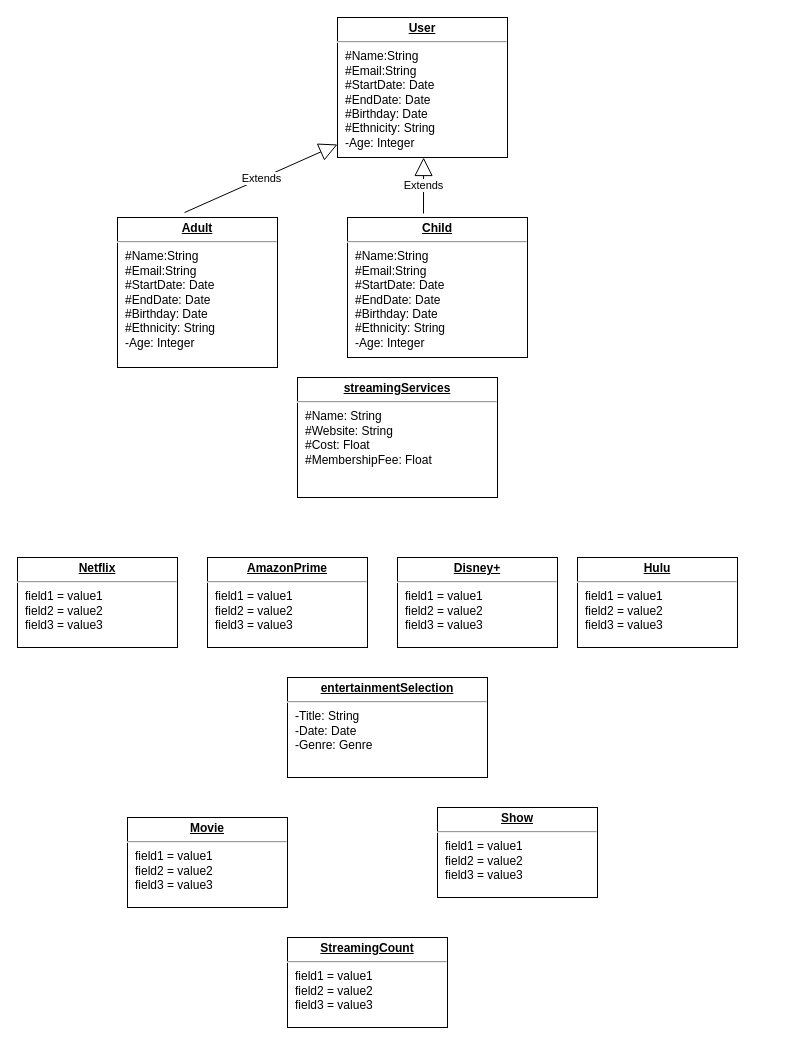
Above: img/Untitled Diagram.drawio in Laurie415/moki (draw.io), before the change. Source tidied: cells renumbered, new cells numbered last; positions are measured from the earlier drawing's top-left corner, leaving out a move shared by most shapes. Both pictures are drawn from the tidied source at 100%, with x=0, y=0 at pixel (17, 17).
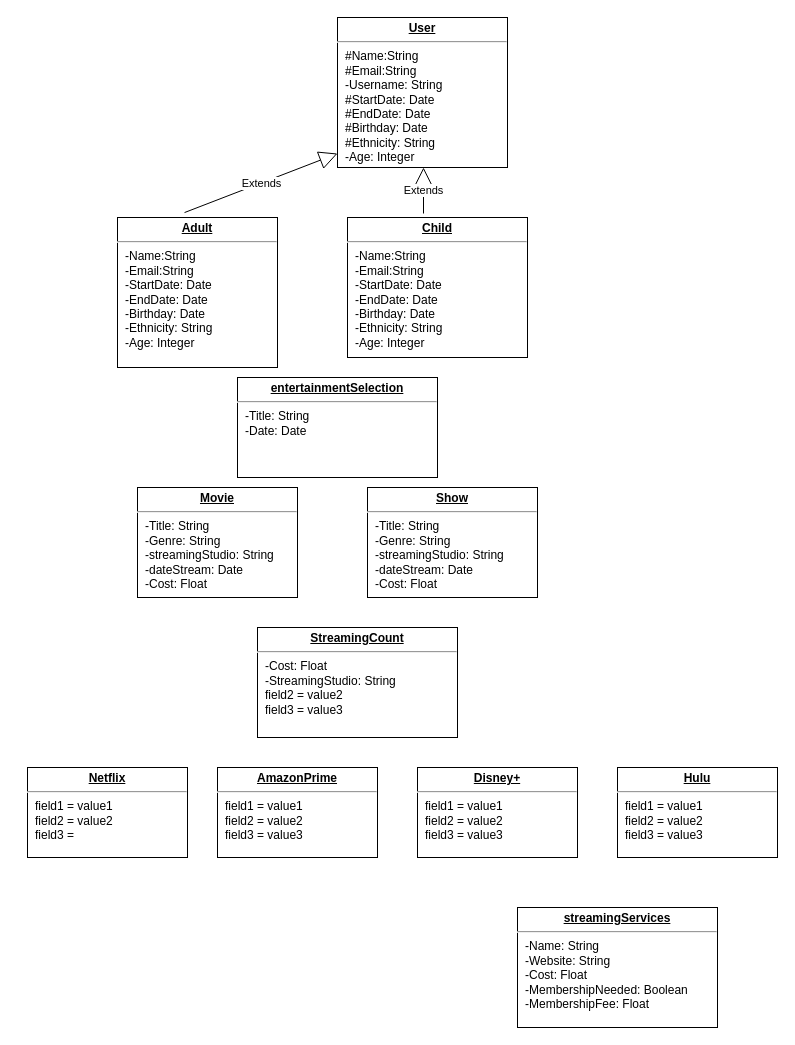
The same diagram, later.

What changed in the source:
```diff
@@
 <mxGraphModel>
   <root>
     <mxCell id="0" />
     <mxCell id="1" parent="0" />
-    <mxCell id="2" value="&lt;p style=&quot;margin: 0px ; margin-top: 4px ; text-align: center ; text-decoration: underline&quot;&gt;&lt;b&gt;User&lt;/b&gt;&lt;/p&gt;&lt;hr&gt;&lt;p style=&quot;margin: 0px ; margin-left: 8px&quot;&gt;#Name:String&lt;br&gt;#Email:String&lt;br&gt;#StartDate: Date&lt;/p&gt;&lt;p style=&quot;margin: 0px ; margin-left: 8px&quot;&gt;#EndDate: Date&lt;/p&gt;&lt;p style=&quot;margin: 0px ; margin-left: 8px&quot;&gt;#Birthday: Date&lt;/p&gt;&lt;p style=&quot;margin: 0px ; margin-left: 8px&quot;&gt;#Ethnicity: String&lt;/p&gt;&lt;p style=&quot;margin: 0px ; margin-left: 8px&quot;&gt;-Age: Integer&lt;/p&gt;" style="verticalAlign=top;align=left;overflow=fill;fontSize=12;fontFamily=Helvetica;html=1;" parent="1" vertex="1">
-      <mxGeometry x="320" width="170" height="140" as="geometry" />
+    <mxCell id="2" value="&lt;p style=&quot;margin: 0px ; margin-top: 4px ; text-align: center ; text-decoration: underline&quot;&gt;&lt;b&gt;User&lt;/b&gt;&lt;/p&gt;&lt;hr&gt;&lt;p style=&quot;margin: 0px ; margin-left: 8px&quot;&gt;#Name:String&lt;br&gt;#Email:String&lt;/p&gt;&lt;p style=&quot;margin: 0px ; margin-left: 8px&quot;&gt;-Username: String&lt;br&gt;#StartDate: Date&lt;/p&gt;&lt;p style=&quot;margin: 0px ; margin-left: 8px&quot;&gt;#EndDate: Date&lt;/p&gt;&lt;p style=&quot;margin: 0px ; margin-left: 8px&quot;&gt;#Birthday: Date&lt;/p&gt;&lt;p style=&quot;margin: 0px ; margin-left: 8px&quot;&gt;#Ethnicity: String&lt;/p&gt;&lt;p style=&quot;margin: 0px ; margin-left: 8px&quot;&gt;-Age: Integer&lt;/p&gt;" style="verticalAlign=top;align=left;overflow=fill;fontSize=12;fontFamily=Helvetica;html=1;" parent="1" vertex="1">
+      <mxGeometry x="320" width="170" height="150" as="geometry" />
     </mxCell>
-    <mxCell id="3" value="&lt;p style=&quot;margin: 0px ; margin-top: 4px ; text-align: center ; text-decoration: underline&quot;&gt;&lt;b&gt;streamingServices&lt;/b&gt;&lt;/p&gt;&lt;hr&gt;&lt;p style=&quot;margin: 0px ; margin-left: 8px&quot;&gt;#Name: String&lt;br&gt;#Website: String&lt;br&gt;#Cost: Float&lt;/p&gt;&lt;p style=&quot;margin: 0px ; margin-left: 8px&quot;&gt;#MembershipFee: Float&lt;/p&gt;&lt;p style=&quot;margin: 0px ; margin-left: 8px&quot;&gt;&lt;br&gt;&lt;/p&gt;" style="verticalAlign=top;align=left;overflow=fill;fontSize=12;fontFamily=Helvetica;html=1;" parent="1" vertex="1">
-      <mxGeometry x="280" y="360" width="200" height="120" as="geometry" />
+    <mxCell id="3" value="&lt;p style=&quot;margin: 0px ; margin-top: 4px ; text-align: center ; text-decoration: underline&quot;&gt;&lt;b&gt;streamingServices&lt;/b&gt;&lt;/p&gt;&lt;hr&gt;&lt;p style=&quot;margin: 0px ; margin-left: 8px&quot;&gt;-Name: String&lt;br&gt;-Website: String&lt;br&gt;-Cost: Float&lt;/p&gt;&lt;p style=&quot;margin: 0px ; margin-left: 8px&quot;&gt;-MembershipNeeded: Boolean&lt;/p&gt;&lt;p style=&quot;margin: 0px ; margin-left: 8px&quot;&gt;-MembershipFee: Float&lt;/p&gt;&lt;p style=&quot;margin: 0px ; margin-left: 8px&quot;&gt;&lt;br&gt;&lt;/p&gt;" style="verticalAlign=top;align=left;overflow=fill;fontSize=12;fontFamily=Helvetica;html=1;" parent="1" vertex="1">
+      <mxGeometry x="500" y="890" width="200" height="120" as="geometry" />
     </mxCell>
-    <mxCell id="4" value="&lt;p style=&quot;margin: 0px ; margin-top: 4px ; text-align: center ; text-decoration: underline&quot;&gt;&lt;b&gt;entertainmentSelection&lt;/b&gt;&lt;/p&gt;&lt;hr&gt;&lt;p style=&quot;margin: 0px ; margin-left: 8px&quot;&gt;-Title: String&lt;br&gt;-Date: Date&lt;br&gt;-Genre: Genre&lt;/p&gt;&lt;p style=&quot;margin: 0px ; margin-left: 8px&quot;&gt;&lt;br&gt;&lt;/p&gt;" style="verticalAlign=top;align=left;overflow=fill;fontSize=12;fontFamily=Helvetica;html=1;" parent="1" vertex="1">
-      <mxGeometry x="270" y="660" width="200" height="100" as="geometry" />
+    <mxCell id="4" value="&lt;p style=&quot;margin: 0px ; margin-top: 4px ; text-align: center ; text-decoration: underline&quot;&gt;&lt;b&gt;entertainmentSelection&lt;/b&gt;&lt;/p&gt;&lt;hr&gt;&lt;p style=&quot;margin: 0px ; margin-left: 8px&quot;&gt;-Title: String&lt;br&gt;-Date: Date&lt;br&gt;&lt;br&gt;&lt;/p&gt;&lt;p style=&quot;margin: 0px ; margin-left: 8px&quot;&gt;&lt;br&gt;&lt;/p&gt;" style="verticalAlign=top;align=left;overflow=fill;fontSize=12;fontFamily=Helvetica;html=1;" parent="1" vertex="1">
+      <mxGeometry x="220" y="360" width="200" height="100" as="geometry" />
     </mxCell>
-    <mxCell id="5" value="&lt;p style=&quot;margin: 0px ; margin-top: 4px ; text-align: center ; text-decoration: underline&quot;&gt;&lt;b&gt;Adult&lt;/b&gt;&lt;/p&gt;&lt;hr&gt;&lt;p style=&quot;margin: 0px 0px 0px 8px&quot;&gt;#Name:String&lt;br&gt;#Email:String&lt;br&gt;#StartDate: Date&lt;/p&gt;&lt;p style=&quot;margin: 0px 0px 0px 8px&quot;&gt;#EndDate: Date&lt;/p&gt;&lt;p style=&quot;margin: 0px 0px 0px 8px&quot;&gt;#Birthday: Date&lt;/p&gt;&lt;p style=&quot;margin: 0px 0px 0px 8px&quot;&gt;#Ethnicity: String&lt;/p&gt;&lt;p style=&quot;margin: 0px 0px 0px 8px&quot;&gt;-Age: Integer&lt;/p&gt;" style="verticalAlign=top;align=left;overflow=fill;fontSize=12;fontFamily=Helvetica;html=1;" parent="1" vertex="1">
+    <mxCell id="5" value="&lt;p style=&quot;margin: 0px ; margin-top: 4px ; text-align: center ; text-decoration: underline&quot;&gt;&lt;b&gt;Adult&lt;/b&gt;&lt;/p&gt;&lt;hr&gt;&lt;p style=&quot;margin: 0px 0px 0px 8px&quot;&gt;-Name:String&lt;br&gt;-Email:String&lt;br&gt;-StartDate: Date&lt;/p&gt;&lt;p style=&quot;margin: 0px 0px 0px 8px&quot;&gt;-EndDate: Date&lt;/p&gt;&lt;p style=&quot;margin: 0px 0px 0px 8px&quot;&gt;-Birthday: Date&lt;/p&gt;&lt;p style=&quot;margin: 0px 0px 0px 8px&quot;&gt;-Ethnicity: String&lt;/p&gt;&lt;p style=&quot;margin: 0px 0px 0px 8px&quot;&gt;-Age: Integer&lt;/p&gt;" style="verticalAlign=top;align=left;overflow=fill;fontSize=12;fontFamily=Helvetica;html=1;" parent="1" vertex="1">
       <mxGeometry x="100" y="200" width="160" height="150" as="geometry" />
     </mxCell>
-    <mxCell id="6" value="&lt;p style=&quot;margin: 0px ; margin-top: 4px ; text-align: center ; text-decoration: underline&quot;&gt;&lt;b&gt;Child&lt;/b&gt;&lt;/p&gt;&lt;hr&gt;&lt;p style=&quot;margin: 0px 0px 0px 8px&quot;&gt;#Name:String&lt;br&gt;#Email:String&lt;br&gt;#StartDate: Date&lt;/p&gt;&lt;p style=&quot;margin: 0px 0px 0px 8px&quot;&gt;#EndDate: Date&lt;/p&gt;&lt;p style=&quot;margin: 0px 0px 0px 8px&quot;&gt;#Birthday: Date&lt;/p&gt;&lt;p style=&quot;margin: 0px 0px 0px 8px&quot;&gt;#Ethnicity: String&lt;/p&gt;&lt;p style=&quot;margin: 0px 0px 0px 8px&quot;&gt;-Age: Integer&lt;/p&gt;" style="verticalAlign=top;align=left;overflow=fill;fontSize=12;fontFamily=Helvetica;html=1;" parent="1" vertex="1">
+    <mxCell id="6" value="&lt;p style=&quot;margin: 0px ; margin-top: 4px ; text-align: center ; text-decoration: underline&quot;&gt;&lt;b&gt;Child&lt;/b&gt;&lt;/p&gt;&lt;hr&gt;&lt;p style=&quot;margin: 0px 0px 0px 8px&quot;&gt;-Name:String&lt;br&gt;-Email:String&lt;br&gt;-StartDate: Date&lt;/p&gt;&lt;p style=&quot;margin: 0px 0px 0px 8px&quot;&gt;-EndDate: Date&lt;/p&gt;&lt;p style=&quot;margin: 0px 0px 0px 8px&quot;&gt;-Birthday: Date&lt;/p&gt;&lt;p style=&quot;margin: 0px 0px 0px 8px&quot;&gt;-Ethnicity: String&lt;/p&gt;&lt;p style=&quot;margin: 0px 0px 0px 8px&quot;&gt;-Age: Integer&lt;/p&gt;" style="verticalAlign=top;align=left;overflow=fill;fontSize=12;fontFamily=Helvetica;html=1;" parent="1" vertex="1">
       <mxGeometry x="330" y="200" width="180" height="140" as="geometry" />
     </mxCell>
-    <mxCell id="7" value="&lt;p style=&quot;margin: 0px ; margin-top: 4px ; text-align: center ; text-decoration: underline&quot;&gt;&lt;b&gt;Netflix&lt;/b&gt;&lt;/p&gt;&lt;hr&gt;&lt;p style=&quot;margin: 0px ; margin-left: 8px&quot;&gt;field1 = value1&lt;br&gt;field2 = value2&lt;br&gt;field3 = value3&lt;/p&gt;" style="verticalAlign=top;align=left;overflow=fill;fontSize=12;fontFamily=Helvetica;html=1;" parent="1" vertex="1">
-      <mxGeometry y="540" width="160" height="90" as="geometry" />
+    <mxCell id="7" value="&lt;p style=&quot;margin: 0px ; margin-top: 4px ; text-align: center ; text-decoration: underline&quot;&gt;&lt;b&gt;Netflix&lt;/b&gt;&lt;/p&gt;&lt;hr&gt;&lt;p style=&quot;margin: 0px ; margin-left: 8px&quot;&gt;field1 = value1&lt;br&gt;field2 = value2&lt;br&gt;field3 =&lt;/p&gt;" style="verticalAlign=top;align=left;overflow=fill;fontSize=12;fontFamily=Helvetica;html=1;" parent="1" vertex="1">
+      <mxGeometry x="10" y="750" width="160" height="90" as="geometry" />
     </mxCell>
     <mxCell id="8" value="&lt;p style=&quot;margin: 0px ; margin-top: 4px ; text-align: center ; text-decoration: underline&quot;&gt;&lt;b&gt;AmazonPrime&lt;/b&gt;&lt;/p&gt;&lt;hr&gt;&lt;p style=&quot;margin: 0px ; margin-left: 8px&quot;&gt;field1 = value1&lt;br&gt;field2 = value2&lt;br&gt;field3 = value3&lt;/p&gt;" style="verticalAlign=top;align=left;overflow=fill;fontSize=12;fontFamily=Helvetica;html=1;" parent="1" vertex="1">
-      <mxGeometry x="190" y="540" width="160" height="90" as="geometry" />
+      <mxGeometry x="200" y="750" width="160" height="90" as="geometry" />
     </mxCell>
     <mxCell id="9" value="&lt;p style=&quot;margin: 0px ; margin-top: 4px ; text-align: center ; text-decoration: underline&quot;&gt;&lt;b&gt;Disney+&lt;/b&gt;&lt;/p&gt;&lt;hr&gt;&lt;p style=&quot;margin: 0px ; margin-left: 8px&quot;&gt;field1 = value1&lt;br&gt;field2 = value2&lt;br&gt;field3 = value3&lt;/p&gt;" style="verticalAlign=top;align=left;overflow=fill;fontSize=12;fontFamily=Helvetica;html=1;" parent="1" vertex="1">
-      <mxGeometry x="380" y="540" width="160" height="90" as="geometry" />
+      <mxGeometry x="400" y="750" width="160" height="90" as="geometry" />
     </mxCell>
     <mxCell id="10" value="&lt;p style=&quot;margin: 0px ; margin-top: 4px ; text-align: center ; text-decoration: underline&quot;&gt;&lt;b&gt;Hulu&lt;/b&gt;&lt;/p&gt;&lt;hr&gt;&lt;p style=&quot;margin: 0px ; margin-left: 8px&quot;&gt;field1 = value1&lt;br&gt;field2 = value2&lt;br&gt;field3 = value3&lt;/p&gt;" style="verticalAlign=top;align=left;overflow=fill;fontSize=12;fontFamily=Helvetica;html=1;" parent="1" vertex="1">
-      <mxGeometry x="560" y="540" width="160" height="90" as="geometry" />
+      <mxGeometry x="600" y="750" width="160" height="90" as="geometry" />
     </mxCell>
     <mxCell id="11" value="Extends" style="endArrow=block;endSize=16;endFill=0;html=1;exitX=0.419;exitY=-0.033;exitDx=0;exitDy=0;exitPerimeter=0;entryX=0;entryY=0.907;entryDx=0;entryDy=0;entryPerimeter=0;" parent="1" edge="1" source="5" target="2">
       <mxGeometry relative="1" as="geometry" />
     </mxCell>
-    <mxCell id="12" value="Extends" style="endArrow=block;endSize=16;endFill=0;html=1;entryX=0.424;entryY=1;entryDx=0;entryDy=0;entryPerimeter=0;" parent="1" edge="1">
+    <mxCell id="12" value="Extends" style="endArrow=block;endSize=16;endFill=0;html=1;" parent="1" edge="1">
       <mxGeometry relative="1" as="geometry">
         <mxPoint x="406" y="196" as="sourcePoint" />
-        <mxPoint x="406.1" y="140" as="targetPoint" />
+        <mxPoint x="406" y="150" as="targetPoint" />
       </mxGeometry>
     </mxCell>
-    <mxCell id="13" value="&lt;p style=&quot;margin: 0px ; margin-top: 4px ; text-align: center ; text-decoration: underline&quot;&gt;&lt;b&gt;Movie&lt;/b&gt;&lt;/p&gt;&lt;hr&gt;&lt;p style=&quot;margin: 0px ; margin-left: 8px&quot;&gt;field1 = value1&lt;br&gt;field2 = value2&lt;br&gt;field3 = value3&lt;/p&gt;" style="verticalAlign=top;align=left;overflow=fill;fontSize=12;fontFamily=Helvetica;html=1;" parent="1" vertex="1">
-      <mxGeometry x="110" y="800" width="160" height="90" as="geometry" />
+    <mxCell id="13" value="&lt;p style=&quot;margin: 0px ; margin-top: 4px ; text-align: center ; text-decoration: underline&quot;&gt;&lt;b&gt;Movie&lt;/b&gt;&lt;/p&gt;&lt;hr&gt;&lt;p style=&quot;margin: 0px ; margin-left: 8px&quot;&gt;-Title: String&lt;/p&gt;&lt;p style=&quot;margin: 0px ; margin-left: 8px&quot;&gt;-Genre: String&lt;/p&gt;&lt;p style=&quot;margin: 0px ; margin-left: 8px&quot;&gt;-streamingStudio: String&lt;/p&gt;&lt;p style=&quot;margin: 0px ; margin-left: 8px&quot;&gt;-dateStream: Date&lt;/p&gt;&lt;p style=&quot;margin: 0px ; margin-left: 8px&quot;&gt;-Cost: Float&lt;/p&gt;" style="verticalAlign=top;align=left;overflow=fill;fontSize=12;fontFamily=Helvetica;html=1;" parent="1" vertex="1">
+      <mxGeometry x="120" y="470" width="160" height="110" as="geometry" />
     </mxCell>
-    <mxCell id="14" value="&lt;p style=&quot;margin: 0px ; margin-top: 4px ; text-align: center ; text-decoration: underline&quot;&gt;&lt;b&gt;Show&lt;/b&gt;&lt;/p&gt;&lt;hr&gt;&lt;p style=&quot;margin: 0px ; margin-left: 8px&quot;&gt;field1 = value1&lt;br&gt;field2 = value2&lt;br&gt;field3 = value3&lt;/p&gt;" style="verticalAlign=top;align=left;overflow=fill;fontSize=12;fontFamily=Helvetica;html=1;" parent="1" vertex="1">
-      <mxGeometry x="420" y="790" width="160" height="90" as="geometry" />
+    <mxCell id="14" value="&lt;p style=&quot;margin: 0px ; margin-top: 4px ; text-align: center ; text-decoration: underline&quot;&gt;&lt;b&gt;Show&lt;/b&gt;&lt;/p&gt;&lt;hr&gt;&lt;p style=&quot;margin: 0px ; margin-left: 8px&quot;&gt;-Title: String&lt;br&gt;&lt;/p&gt;&lt;p style=&quot;margin: 0px 0px 0px 8px&quot;&gt;-Genre: String&lt;/p&gt;&lt;p style=&quot;margin: 0px 0px 0px 8px&quot;&gt;-streamingStudio: String&lt;/p&gt;&lt;p style=&quot;margin: 0px 0px 0px 8px&quot;&gt;-dateStream: Date&lt;/p&gt;&lt;p style=&quot;margin: 0px 0px 0px 8px&quot;&gt;-Cost: Float&lt;/p&gt;" style="verticalAlign=top;align=left;overflow=fill;fontSize=12;fontFamily=Helvetica;html=1;" parent="1" vertex="1">
+      <mxGeometry x="350" y="470" width="170" height="110" as="geometry" />
     </mxCell>
-    <mxCell id="15" value="&lt;p style=&quot;margin: 0px ; margin-top: 4px ; text-align: center ; text-decoration: underline&quot;&gt;&lt;b&gt;StreamingCount&lt;/b&gt;&lt;/p&gt;&lt;hr&gt;&lt;p style=&quot;margin: 0px ; margin-left: 8px&quot;&gt;field1 = value1&lt;br&gt;field2 = value2&lt;br&gt;field3 = value3&lt;/p&gt;" style="verticalAlign=top;align=left;overflow=fill;fontSize=12;fontFamily=Helvetica;html=1;" parent="1" vertex="1">
-      <mxGeometry x="270" y="920" width="160" height="90" as="geometry" />
+    <mxCell id="15" value="&lt;p style=&quot;margin: 0px ; margin-top: 4px ; text-align: center ; text-decoration: underline&quot;&gt;&lt;b&gt;StreamingCount&lt;/b&gt;&lt;/p&gt;&lt;hr&gt;&lt;p style=&quot;margin: 0px ; margin-left: 8px&quot;&gt;-Cost: Float&lt;/p&gt;&lt;p style=&quot;margin: 0px ; margin-left: 8px&quot;&gt;-StreamingStudio: String&lt;br&gt;field2 = value2&lt;br&gt;field3 = value3&lt;/p&gt;" style="verticalAlign=top;align=left;overflow=fill;fontSize=12;fontFamily=Helvetica;html=1;" parent="1" vertex="1">
+      <mxGeometry x="240" y="610" width="200" height="110" as="geometry" />
     </mxCell>
   </root>
 </mxGraphModel>
```
